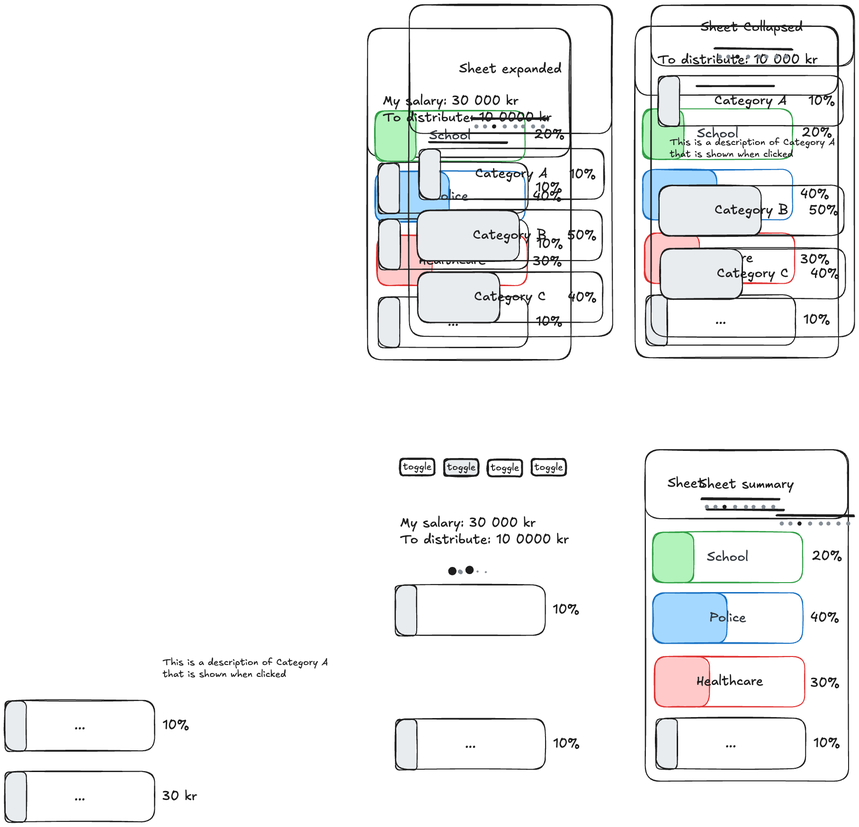
This is ui.excalidraw.png from ArvidSU/tax, a Excalidraw export, as it was before one commit. Source tidied: one line per element, renumbered; positions are measured from the earlier drawing's top-left corner, leaving out a move shared by most shapes. The source it was exported from:
```json
{"id": 0, "type": "rectangle", "strokeColor": "#1e1e1e", "strokeWidth": 2, "roughness": 1, "round": true, "x": 0, "y": 0, "width": 429, "height": 700}
{"id": 1, "type": "rectangle", "strokeColor": "#1e1e1e", "strokeWidth": 2, "roughness": 1, "round": true, "x": 0, "y": 0, "width": 427, "height": 271}
{"id": 2, "type": "text", "text": "Sheet expanded", "strokeColor": "#1e1e1e", "backgroundColor": "#e9ecef", "fillStyle": "solid", "strokeWidth": 4, "roughness": 1, "fontSize": 28, "fontFamily": 5, "textAlign": "center", "verticalAlign": "middle", "inside": 1, "x": 105, "y": 119, "width": 216, "height": 35}
{"id": 3, "type": "line", "strokeColor": "#1e1e1e", "backgroundColor": "#e9ecef", "fillStyle": "solid", "strokeWidth": 4, "roughness": 1, "round": true, "x": 131, "y": 240, "width": 163, "height": 1, "points": [[0, 0], [163, 1]]}
{"id": 4, "type": "rectangle", "strokeColor": "#1e1e1e", "backgroundColor": "#e9ecef", "fillStyle": "solid", "strokeWidth": 2, "roughness": 1, "round": true, "x": 21, "y": 305, "width": 45, "height": 107}
{"id": 5, "type": "rectangle", "strokeColor": "#1e1e1e", "strokeWidth": 2, "roughness": 1, "round": true, "x": 20, "y": 304, "width": 391, "height": 107}
{"id": 6, "type": "text", "text": "Category A", "strokeColor": "#1e1e1e", "strokeWidth": 2, "roughness": 1, "fontSize": 28, "fontFamily": 5, "textAlign": "center", "verticalAlign": "middle", "inside": 5, "x": 139, "y": 340, "width": 153, "height": 35}
{"id": 7, "type": "text", "text": "10%", "strokeColor": "#1e1e1e", "backgroundColor": "#e9ecef", "fillStyle": "solid", "strokeWidth": 2, "roughness": 1, "fontSize": 28, "fontFamily": 5, "x": 338, "y": 341, "width": 57, "height": 35}
{"id": 8, "type": "rectangle", "strokeColor": "#1e1e1e", "strokeWidth": 2, "roughness": 1, "round": true, "x": 498, "y": 939, "width": 429, "height": 700}
{"id": 9, "type": "rectangle", "strokeColor": "#1e1e1e", "strokeWidth": 2, "roughness": 1, "round": true, "x": 498, "y": 940, "width": 427, "height": 145}
{"id": 10, "type": "text", "text": "Sheet summary", "strokeColor": "#1e1e1e", "backgroundColor": "#e9ecef", "fillStyle": "solid", "strokeWidth": 4, "roughness": 1, "fontSize": 28, "fontFamily": 5, "textAlign": "center", "verticalAlign": "middle", "inside": 9, "x": 612, "y": 995, "width": 200, "height": 35}
{"id": 11, "type": "rectangle", "strokeColor": "#2f9e44", "backgroundColor": "#b2f2bb", "fillStyle": "solid", "strokeWidth": 2, "roughness": 1, "round": true, "x": 514, "y": 1114, "width": 87, "height": 107}
{"id": 12, "type": "rectangle", "strokeColor": "#1971c2", "backgroundColor": "#a5d8ff", "fillStyle": "solid", "strokeWidth": 2, "roughness": 1, "round": true, "x": 514, "y": 1242, "width": 157, "height": 107}
{"id": 13, "type": "rectangle", "strokeColor": "#1971c2", "strokeWidth": 2, "roughness": 1, "round": true, "x": 514, "y": 1242, "width": 316, "height": 107}
{"id": 14, "type": "text", "text": "Police", "strokeColor": "#343a40", "strokeWidth": 2, "roughness": 1, "fontSize": 28, "fontFamily": 5, "textAlign": "center", "verticalAlign": "middle", "inside": 13, "x": 634, "y": 1277, "width": 78, "height": 35}
{"id": 15, "type": "rectangle", "strokeColor": "#2f9e44", "strokeWidth": 2, "roughness": 1, "round": true, "x": 514, "y": 1114, "width": 316, "height": 107}
{"id": 16, "type": "text", "text": "School", "strokeColor": "#343a40", "strokeWidth": 2, "roughness": 1, "fontSize": 28, "fontFamily": 5, "textAlign": "center", "verticalAlign": "middle", "inside": 15, "x": 629, "y": 1149, "width": 87, "height": 35}
{"id": 17, "type": "rectangle", "strokeColor": "#e03131", "backgroundColor": "#ffc9c9", "fillStyle": "solid", "strokeWidth": 2, "roughness": 1, "round": true, "x": 517, "y": 1376, "width": 116, "height": 107}
{"id": 18, "type": "rectangle", "strokeColor": "#e03131", "strokeWidth": 2, "roughness": 1, "round": true, "x": 519, "y": 1376, "width": 316, "height": 107}
{"id": 19, "type": "text", "text": "Healthcare", "strokeColor": "#1e1e1e", "strokeWidth": 2, "roughness": 1, "fontSize": 28, "fontFamily": 5, "textAlign": "center", "verticalAlign": "middle", "inside": 18, "x": 606, "y": 1412, "width": 141, "height": 35}
{"id": 20, "type": "rectangle", "strokeColor": "#1e1e1e", "backgroundColor": "#e9ecef", "fillStyle": "solid", "strokeWidth": 2, "roughness": 1, "round": true, "x": 521, "y": 1507, "width": 45, "height": 107}
{"id": 21, "type": "rectangle", "strokeColor": "#1e1e1e", "strokeWidth": 2, "roughness": 1, "round": true, "x": 520, "y": 1506, "width": 316, "height": 107}
{"id": 22, "type": "text", "text": "...", "strokeColor": "#1e1e1e", "strokeWidth": 2, "roughness": 1, "fontSize": 28, "fontFamily": 5, "textAlign": "center", "verticalAlign": "middle", "inside": 21, "x": 667, "y": 1542, "width": 23, "height": 35}
{"id": 23, "type": "text", "text": "20%", "strokeColor": "#1e1e1e", "backgroundColor": "#e9ecef", "fillStyle": "solid", "strokeWidth": 2, "roughness": 1, "fontSize": 28, "fontFamily": 5, "x": 850, "y": 1147, "width": 64, "height": 35}
{"id": 24, "type": "text", "text": "40%", "strokeColor": "#1e1e1e", "backgroundColor": "#e9ecef", "fillStyle": "solid", "strokeWidth": 2, "roughness": 1, "fontSize": 28, "fontFamily": 5, "x": 847, "y": 1278, "width": 61, "height": 35}
{"id": 25, "type": "text", "text": "30%", "strokeColor": "#1e1e1e", "backgroundColor": "#e9ecef", "fillStyle": "solid", "strokeWidth": 2, "roughness": 1, "fontSize": 28, "fontFamily": 5, "x": 847, "y": 1415, "width": 62, "height": 35}
{"id": 26, "type": "text", "text": "10%", "strokeColor": "#1e1e1e", "backgroundColor": "#e9ecef", "fillStyle": "solid", "strokeWidth": 2, "roughness": 1, "fontSize": 28, "fontFamily": 5, "x": 853, "y": 1542, "width": 57, "height": 35}
{"id": 27, "type": "freedraw", "strokeColor": "#1e1e1e", "backgroundColor": "#e9ecef", "fillStyle": "solid", "strokeWidth": 2, "roughness": 1, "x": 179, "y": 257, "width": 0, "height": 0, "points": [[0, 0], [0, 0]]}
{"id": 28, "type": "freedraw", "strokeColor": "#868e96", "backgroundColor": "#e9ecef", "fillStyle": "solid", "strokeWidth": 2, "roughness": 1, "x": 160, "y": 257, "width": 0, "height": 0, "points": [[0, 0], [0, 0]]}
{"id": 29, "type": "freedraw", "strokeColor": "#868e96", "backgroundColor": "#e9ecef", "fillStyle": "solid", "strokeWidth": 2, "roughness": 1, "x": 142, "y": 257, "width": 0, "height": 0, "points": [[0, 0], [0, 0]]}
{"id": 30, "type": "freedraw", "strokeColor": "#868e96", "backgroundColor": "#e9ecef", "fillStyle": "solid", "strokeWidth": 2, "roughness": 1, "x": 202, "y": 257, "width": 0, "height": 0, "points": [[0, 0], [0, 0]]}
{"id": 31, "type": "freedraw", "strokeColor": "#868e96", "backgroundColor": "#e9ecef", "fillStyle": "solid", "strokeWidth": 2, "roughness": 1, "x": 224, "y": 257, "width": 0, "height": 0, "points": [[0, 0], [0, 0]]}
{"id": 32, "type": "freedraw", "strokeColor": "#868e96", "backgroundColor": "#e9ecef", "fillStyle": "solid", "strokeWidth": 2, "roughness": 1, "x": 240, "y": 257, "width": 0, "height": 0, "points": [[0, 0], [0, 0], [0, 0], [0, 0]]}
{"id": 33, "type": "freedraw", "strokeColor": "#868e96", "backgroundColor": "#e9ecef", "fillStyle": "solid", "strokeWidth": 2, "roughness": 1, "x": 261, "y": 257, "width": 0, "height": 0, "points": [[0, 0], [0, 0]]}
{"id": 34, "type": "freedraw", "strokeColor": "#868e96", "backgroundColor": "#e9ecef", "fillStyle": "solid", "strokeWidth": 2, "roughness": 1, "x": 282, "y": 257, "width": 0, "height": 0, "points": [[0, 0], [0, 0]]}
{"id": 35, "type": "rectangle", "strokeColor": "#1e1e1e", "backgroundColor": "#e9ecef", "fillStyle": "solid", "strokeWidth": 2, "roughness": 1, "round": true, "x": 17, "y": 435, "width": 216, "height": 107}
{"id": 36, "type": "rectangle", "strokeColor": "#1e1e1e", "strokeWidth": 2, "roughness": 1, "round": true, "x": 16, "y": 434, "width": 391, "height": 107}
{"id": 37, "type": "text", "text": "Category B", "strokeColor": "#1e1e1e", "strokeWidth": 2, "roughness": 1, "fontSize": 28, "fontFamily": 5, "textAlign": "center", "verticalAlign": "middle", "inside": 36, "x": 134, "y": 469, "width": 155, "height": 35}
{"id": 38, "type": "text", "text": "50%", "strokeColor": "#1e1e1e", "backgroundColor": "#e9ecef", "fillStyle": "solid", "strokeWidth": 2, "roughness": 1, "fontSize": 28, "fontFamily": 5, "x": 334, "y": 471, "width": 62, "height": 35}
{"id": 39, "type": "rectangle", "strokeColor": "#1e1e1e", "strokeWidth": 2, "roughness": 1, "round": true, "x": 511, "y": 1, "width": 429, "height": 700}
{"id": 40, "type": "rectangle", "strokeColor": "#1e1e1e", "strokeWidth": 2, "roughness": 1, "round": true, "x": 511, "y": 1, "width": 427, "height": 128}
{"id": 41, "type": "line", "strokeColor": "#1e1e1e", "backgroundColor": "#e9ecef", "fillStyle": "solid", "strokeWidth": 4, "roughness": 1, "round": true, "x": 645, "y": 93, "width": 163, "height": 1, "points": [[0, 0], [163, 1]]}
{"id": 42, "type": "rectangle", "strokeColor": "#1e1e1e", "backgroundColor": "#e9ecef", "fillStyle": "solid", "strokeWidth": 2, "roughness": 1, "round": true, "x": 526, "y": 151, "width": 45, "height": 107}
{"id": 43, "type": "rectangle", "strokeColor": "#1e1e1e", "strokeWidth": 2, "roughness": 1, "round": true, "x": 525, "y": 150, "width": 391, "height": 107}
{"id": 44, "type": "text", "text": "Category A", "strokeColor": "#1e1e1e", "strokeWidth": 2, "roughness": 1, "fontSize": 28, "fontFamily": 5, "textAlign": "center", "verticalAlign": "middle", "inside": 43, "x": 644, "y": 185, "width": 153, "height": 35}
{"id": 45, "type": "text", "text": "10%", "strokeColor": "#1e1e1e", "backgroundColor": "#e9ecef", "fillStyle": "solid", "strokeWidth": 2, "roughness": 1, "fontSize": 28, "fontFamily": 5, "x": 843, "y": 187, "width": 57, "height": 35}
{"id": 46, "type": "freedraw", "strokeColor": "#1e1e1e", "backgroundColor": "#e9ecef", "fillStyle": "solid", "strokeWidth": 2, "roughness": 1, "x": 693, "y": 110, "width": 0, "height": 0, "points": [[0, 0], [0, 0]]}
{"id": 47, "type": "freedraw", "strokeColor": "#868e96", "backgroundColor": "#e9ecef", "fillStyle": "solid", "strokeWidth": 2, "roughness": 1, "x": 674, "y": 110, "width": 0, "height": 0, "points": [[0, 0], [0, 0]]}
{"id": 48, "type": "freedraw", "strokeColor": "#868e96", "backgroundColor": "#e9ecef", "fillStyle": "solid", "strokeWidth": 2, "roughness": 1, "x": 656, "y": 110, "width": 0, "height": 0, "points": [[0, 0], [0, 0]]}
{"id": 49, "type": "freedraw", "strokeColor": "#868e96", "backgroundColor": "#e9ecef", "fillStyle": "solid", "strokeWidth": 2, "roughness": 1, "x": 715, "y": 110, "width": 0, "height": 0, "points": [[0, 0], [0, 0]]}
{"id": 50, "type": "freedraw", "strokeColor": "#868e96", "backgroundColor": "#e9ecef", "fillStyle": "solid", "strokeWidth": 2, "roughness": 1, "x": 738, "y": 110, "width": 0, "height": 0, "points": [[0, 0], [0, 0]]}
{"id": 51, "type": "freedraw", "strokeColor": "#868e96", "backgroundColor": "#e9ecef", "fillStyle": "solid", "strokeWidth": 2, "roughness": 1, "x": 754, "y": 110, "width": 0, "height": 0, "points": [[0, 0], [0, 0], [0, 0], [0, 0]]}
{"id": 52, "type": "freedraw", "strokeColor": "#868e96", "backgroundColor": "#e9ecef", "fillStyle": "solid", "strokeWidth": 2, "roughness": 1, "x": 775, "y": 110, "width": 0, "height": 0, "points": [[0, 0], [0, 0]]}
{"id": 53, "type": "freedraw", "strokeColor": "#868e96", "backgroundColor": "#e9ecef", "fillStyle": "solid", "strokeWidth": 2, "roughness": 1, "x": 796, "y": 110, "width": 0, "height": 0, "points": [[0, 0], [0, 0]]}
{"id": 54, "type": "rectangle", "strokeColor": "#1e1e1e", "backgroundColor": "#e9ecef", "fillStyle": "solid", "strokeWidth": 2, "roughness": 1, "round": true, "x": 527, "y": 382, "width": 216, "height": 107}
{"id": 55, "type": "rectangle", "strokeColor": "#1e1e1e", "strokeWidth": 2, "roughness": 1, "round": true, "x": 527, "y": 381, "width": 391, "height": 107}
{"id": 56, "type": "text", "text": "Category B", "strokeColor": "#1e1e1e", "strokeWidth": 2, "roughness": 1, "fontSize": 28, "fontFamily": 5, "textAlign": "center", "verticalAlign": "middle", "inside": 55, "x": 645, "y": 417, "width": 155, "height": 35}
{"id": 57, "type": "text", "text": "50%", "strokeColor": "#1e1e1e", "backgroundColor": "#e9ecef", "fillStyle": "solid", "strokeWidth": 2, "roughness": 1, "fontSize": 28, "fontFamily": 5, "x": 844, "y": 418, "width": 62, "height": 35}
{"id": 58, "type": "text", "text": "This is a description of Category A\nthat is shown when clicked", "strokeColor": "#1e1e1e", "backgroundColor": "#e9ecef", "fillStyle": "solid", "strokeWidth": 2, "roughness": 1, "fontSize": 20, "fontFamily": 5, "x": 550, "y": 278, "width": 349, "height": 50}
{"id": 59, "type": "text", "text": "Sheet Collapsed", "strokeColor": "#1e1e1e", "backgroundColor": "#e9ecef", "fillStyle": "solid", "strokeWidth": 2, "roughness": 1, "fontSize": 28, "fontFamily": 5, "x": 616, "y": 31, "width": 215, "height": 35}
{"id": 60, "type": "rectangle", "strokeColor": "#1e1e1e", "backgroundColor": "#e9ecef", "fillStyle": "solid", "strokeWidth": 2, "roughness": 1, "round": true, "x": 18, "y": 565, "width": 173, "height": 107}
{"id": 61, "type": "rectangle", "strokeColor": "#1e1e1e", "strokeWidth": 2, "roughness": 1, "round": true, "x": 17, "y": 564, "width": 391, "height": 107}
{"id": 62, "type": "text", "text": "Category C", "strokeColor": "#1e1e1e", "strokeWidth": 2, "roughness": 1, "fontSize": 28, "fontFamily": 5, "textAlign": "center", "verticalAlign": "middle", "inside": 61, "x": 137, "y": 600, "width": 152, "height": 35}
{"id": 63, "type": "text", "text": "40%", "strokeColor": "#1e1e1e", "backgroundColor": "#e9ecef", "fillStyle": "solid", "strokeWidth": 2, "roughness": 1, "fontSize": 28, "fontFamily": 5, "x": 335, "y": 601, "width": 61, "height": 35}
{"id": 64, "type": "rectangle", "strokeColor": "#1e1e1e", "backgroundColor": "#e9ecef", "fillStyle": "solid", "strokeWidth": 2, "roughness": 1, "round": true, "x": 530, "y": 516, "width": 173, "height": 107}
{"id": 65, "type": "rectangle", "strokeColor": "#1e1e1e", "strokeWidth": 2, "roughness": 1, "round": true, "x": 530, "y": 514, "width": 391, "height": 107}
{"id": 66, "type": "text", "text": "Category C", "strokeColor": "#1e1e1e", "strokeWidth": 2, "roughness": 1, "fontSize": 28, "fontFamily": 5, "textAlign": "center", "verticalAlign": "middle", "inside": 65, "x": 649, "y": 550, "width": 152, "height": 35}
{"id": 67, "type": "text", "text": "40%", "strokeColor": "#1e1e1e", "backgroundColor": "#e9ecef", "fillStyle": "solid", "strokeWidth": 2, "roughness": 1, "fontSize": 28, "fontFamily": 5, "x": 847, "y": 551, "width": 61, "height": 35}
{"id": 68, "type": "line", "strokeColor": "#1e1e1e", "backgroundColor": "#e9ecef", "fillStyle": "solid", "strokeWidth": 4, "roughness": 1, "round": true, "x": 618, "y": 1043, "width": 163, "height": 1, "points": [[0, 0], [163, 1]]}
{"id": 69, "type": "freedraw", "strokeColor": "#1e1e1e", "backgroundColor": "#e9ecef", "fillStyle": "solid", "strokeWidth": 2, "roughness": 1, "x": 666, "y": 1060, "width": 0, "height": 0, "points": [[0, 0], [0, 0]]}
{"id": 70, "type": "freedraw", "strokeColor": "#868e96", "backgroundColor": "#e9ecef", "fillStyle": "solid", "strokeWidth": 2, "roughness": 1, "x": 647, "y": 1060, "width": 0, "height": 0, "points": [[0, 0], [0, 0]]}
{"id": 71, "type": "freedraw", "strokeColor": "#868e96", "backgroundColor": "#e9ecef", "fillStyle": "solid", "strokeWidth": 2, "roughness": 1, "x": 628, "y": 1060, "width": 0, "height": 0, "points": [[0, 0], [0, 0]]}
{"id": 72, "type": "freedraw", "strokeColor": "#868e96", "backgroundColor": "#e9ecef", "fillStyle": "solid", "strokeWidth": 2, "roughness": 1, "x": 688, "y": 1060, "width": 0, "height": 0, "points": [[0, 0], [0, 0]]}
{"id": 73, "type": "freedraw", "strokeColor": "#868e96", "backgroundColor": "#e9ecef", "fillStyle": "solid", "strokeWidth": 2, "roughness": 1, "x": 711, "y": 1060, "width": 0, "height": 0, "points": [[0, 0], [0, 0]]}
{"id": 74, "type": "freedraw", "strokeColor": "#868e96", "backgroundColor": "#e9ecef", "fillStyle": "solid", "strokeWidth": 2, "roughness": 1, "x": 727, "y": 1060, "width": 0, "height": 0, "points": [[0, 0], [0, 0], [0, 0], [0, 0]]}
{"id": 75, "type": "freedraw", "strokeColor": "#868e96", "backgroundColor": "#e9ecef", "fillStyle": "solid", "strokeWidth": 2, "roughness": 1, "x": 748, "y": 1060, "width": 0, "height": 0, "points": [[0, 0], [0, 0]]}
{"id": 76, "type": "freedraw", "strokeColor": "#868e96", "backgroundColor": "#e9ecef", "fillStyle": "solid", "strokeWidth": 2, "roughness": 1, "x": 769, "y": 1060, "width": 0, "height": 0, "points": [[0, 0], [0, 0]]}
```
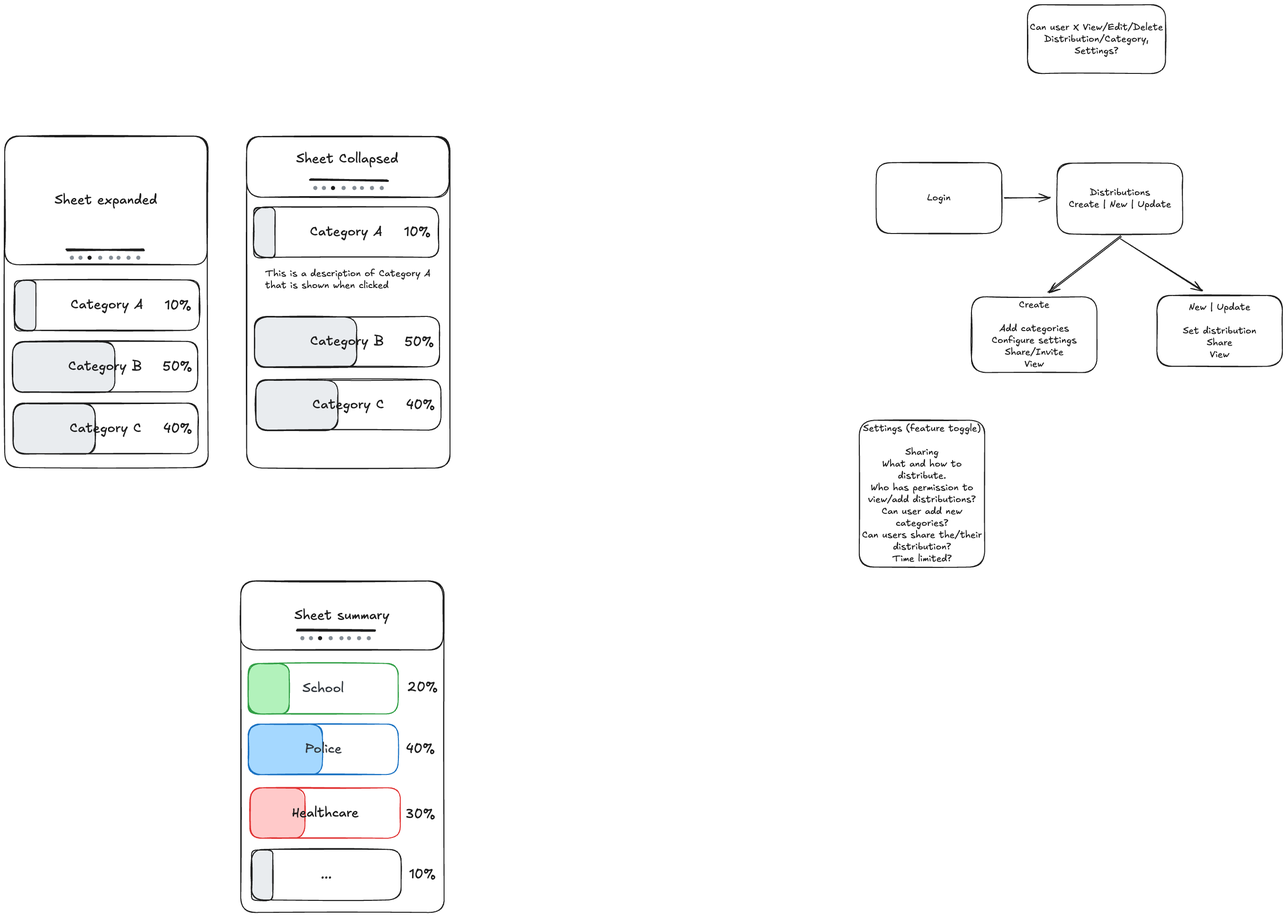
Later version of the same file.

Diff of the diagram source:
```diff
@@ -75,3 +75,18 @@
 {"id": 74, "type": "freedraw", "strokeColor": "#868e96", "backgroundColor": "#e9ecef", "fillStyle": "solid", "strokeWidth": 2, "roughness": 1, "x": 727, "y": 1060, "width": 0, "height": 0, "points": [[0, 0], [0, 0], [0, 0], [0, 0]]}
 {"id": 75, "type": "freedraw", "strokeColor": "#868e96", "backgroundColor": "#e9ecef", "fillStyle": "solid", "strokeWidth": 2, "roughness": 1, "x": 748, "y": 1060, "width": 0, "height": 0, "points": [[0, 0], [0, 0]]}
 {"id": 76, "type": "freedraw", "strokeColor": "#868e96", "backgroundColor": "#e9ecef", "fillStyle": "solid", "strokeWidth": 2, "roughness": 1, "x": 769, "y": 1060, "width": 0, "height": 0, "points": [[0, 0], [0, 0]]}
+{"id": 77, "type": "rectangle", "strokeColor": "#1e1e1e", "strokeWidth": 2, "roughness": 1, "round": true, "x": 1840, "y": 56, "width": 265, "height": 150}
+{"id": 78, "type": "text", "text": "Login", "strokeColor": "#1e1e1e", "strokeWidth": 2, "roughness": 1, "fontSize": 20, "fontFamily": 5, "textAlign": "center", "verticalAlign": "middle", "inside": 77, "x": 1948, "y": 119, "width": 49, "height": 25}
+{"id": 79, "type": "rectangle", "strokeColor": "#1e1e1e", "strokeWidth": 2, "roughness": 1, "round": true, "x": 2222, "y": 57, "width": 265, "height": 150}
+{"id": 80, "type": "text", "text": "Distributions\nCreate | New | Update", "strokeColor": "#1e1e1e", "strokeWidth": 2, "roughness": 1, "fontSize": 20, "fontFamily": 5, "textAlign": "center", "verticalAlign": "middle", "inside": 79, "x": 2246, "y": 107, "width": 216, "height": 50}
+{"id": 81, "type": "rectangle", "strokeColor": "#1e1e1e", "strokeWidth": 2, "roughness": 1, "round": true, "x": 2041, "y": 339, "width": 265, "height": 160}
+{"id": 82, "type": "text", "text": "Create\n\nAdd categories\nConfigure settings\nShare/Invite\nView", "strokeColor": "#1e1e1e", "strokeWidth": 2, "roughness": 1, "fontSize": 20, "fontFamily": 5, "textAlign": "center", "verticalAlign": "middle", "inside": 81, "x": 2083, "y": 344, "width": 180, "height": 150}
+{"id": 83, "type": "arrow", "strokeColor": "#1e1e1e", "strokeWidth": 2, "roughness": 1, "endArrowhead": "arrow", "round": true, "from": 77, "to": 79, "x": 2110, "y": 132, "width": 98, "height": 2, "points": [[0, 0], [98, -2]]}
+{"id": 84, "type": "rectangle", "strokeColor": "#1e1e1e", "strokeWidth": 2, "roughness": 1, "round": true, "x": 2432, "y": 337, "width": 265, "height": 150}
+{"id": 85, "type": "text", "text": "New | Update\n\nSet distribution\nShare\nView", "strokeColor": "#1e1e1e", "strokeWidth": 2, "roughness": 1, "fontSize": 20, "fontFamily": 5, "textAlign": "center", "verticalAlign": "middle", "inside": 84, "x": 2487, "y": 349, "width": 155, "height": 125}
+{"id": 86, "type": "arrow", "strokeColor": "#1e1e1e", "strokeWidth": 2, "roughness": 1, "endArrowhead": "arrow", "round": true, "from": 79, "to": 81, "x": 2357, "y": 212, "width": 154, "height": 118, "points": [[0, 0], [-154, 118]]}
+{"id": 87, "type": "arrow", "strokeColor": "#1e1e1e", "strokeWidth": 2, "roughness": 1, "endArrowhead": "arrow", "round": true, "from": 79, "to": 84, "x": 2355, "y": 217, "width": 174, "height": 109, "points": [[0, 0], [174, 109]]}
+{"id": 88, "type": "rectangle", "strokeColor": "#1e1e1e", "strokeWidth": 2, "roughness": 1, "round": true, "x": 1804, "y": 600, "width": 265, "height": 310}
+{"id": 89, "type": "text", "text": "Settings (feature toggle)\n\nSharing\nWhat and how to\ndistribute.\nWho has permission to\nview/add distributions?\nCan user add new\ncategories?\nCan users share the/their\ndistribution?\nTime limited?", "strokeColor": "#1e1e1e", "strokeWidth": 2, "roughness": 1, "fontSize": 20, "fontFamily": 5, "textAlign": "center", "verticalAlign": "middle", "inside": 88, "x": 1810, "y": 605, "width": 253, "height": 300}
+{"id": 90, "type": "rectangle", "strokeColor": "#1e1e1e", "strokeWidth": 2, "roughness": 1, "round": true, "x": 2159, "y": -277, "width": 291, "height": 145}
+{"id": 91, "type": "text", "text": "Can user X View/Edit/Delete\nDistribution/Category,\nSettings?", "strokeColor": "#1e1e1e", "strokeWidth": 2, "roughness": 1, "fontSize": 20, "fontFamily": 5, "textAlign": "center", "verticalAlign": "middle", "inside": 90, "x": 2164, "y": -242, "width": 281, "height": 75}
```
